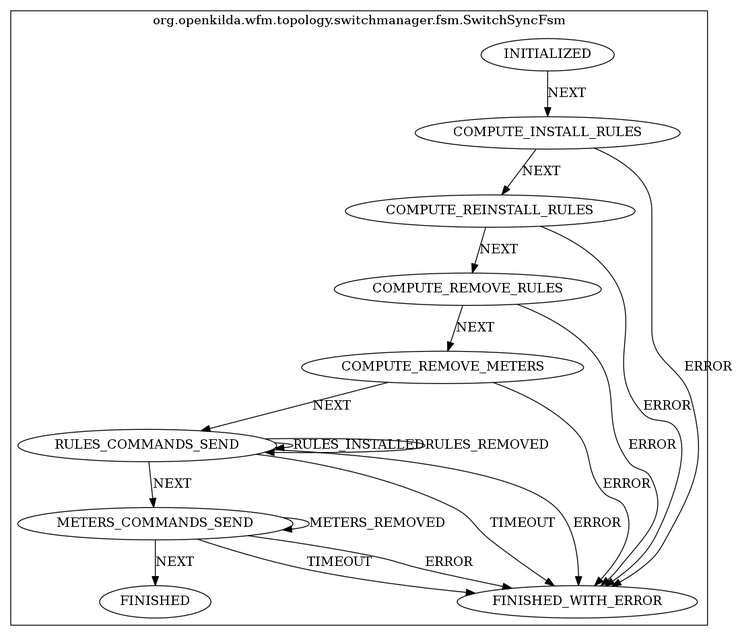
This is docs/design/hub-and-spoke/switch-sync/switch-sync-fsm.png from telstra/open-kilda, a Graphviz export, as it was before one commit. Its source is kept beside it as docs/design/hub-and-spoke/switch-sync/switch-sync-fsm.dot.
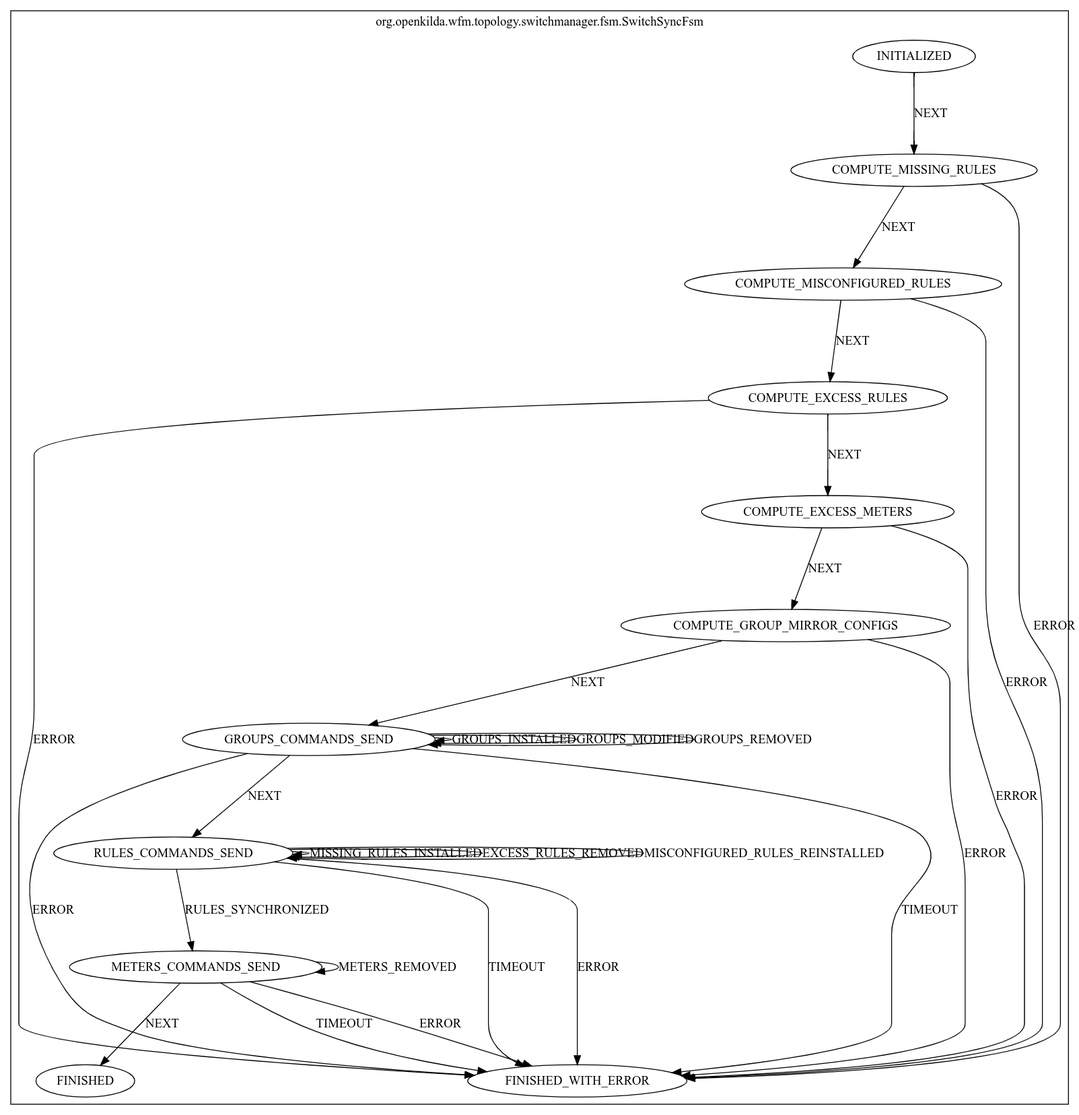
Above is the later version.

Change to the diagram source:
```diff
@@ -2,31 +2,42 @@
 compound=true;
 subgraph cluster_StateMachine {
 label="org.openkilda.wfm.topology.switchmanager.fsm.SwitchSyncFsm";
-COMPUTE_INSTALL_RULES [label="COMPUTE_INSTALL_RULES"];
-COMPUTE_REINSTALL_RULES [label="COMPUTE_REINSTALL_RULES"];
+GROUPS_COMMANDS_SEND [label="GROUPS_COMMANDS_SEND"];
 RULES_COMMANDS_SEND [label="RULES_COMMANDS_SEND"];
-COMPUTE_REMOVE_METERS [label="COMPUTE_REMOVE_METERS"];
-COMPUTE_REMOVE_RULES [label="COMPUTE_REMOVE_RULES"];
 METERS_COMMANDS_SEND [label="METERS_COMMANDS_SEND"];
+INITIALIZED [label="INITIALIZED"];
+COMPUTE_EXCESS_RULES [label="COMPUTE_EXCESS_RULES"];
+COMPUTE_GROUP_MIRROR_CONFIGS [label="COMPUTE_GROUP_MIRROR_CONFIGS"];
+COMPUTE_MISSING_RULES [label="COMPUTE_MISSING_RULES"];
+COMPUTE_MISCONFIGURED_RULES [label="COMPUTE_MISCONFIGURED_RULES"];
 FINISHED [label="FINISHED"];
-INITIALIZED [label="INITIALIZED"];
 FINISHED_WITH_ERROR [label="FINISHED_WITH_ERROR"];
+COMPUTE_EXCESS_METERS [label="COMPUTE_EXCESS_METERS"];
 
-COMPUTE_INSTALL_RULES -> FINISHED_WITH_ERROR [ label="ERROR"];
-COMPUTE_INSTALL_RULES -> COMPUTE_REINSTALL_RULES [ label="NEXT"];
-COMPUTE_REINSTALL_RULES -> FINISHED_WITH_ERROR [ label="ERROR"];
-COMPUTE_REINSTALL_RULES -> COMPUTE_REMOVE_RULES [ label="NEXT"];
-RULES_COMMANDS_SEND -> RULES_COMMANDS_SEND [ label="RULES_INSTALLED"];
-RULES_COMMANDS_SEND -> RULES_COMMANDS_SEND [ label="RULES_REMOVED"];
+GROUPS_COMMANDS_SEND -> GROUPS_COMMANDS_SEND [ label="GROUPS_INSTALLED"];
+GROUPS_COMMANDS_SEND -> GROUPS_COMMANDS_SEND [ label="GROUPS_MODIFIED"];
+GROUPS_COMMANDS_SEND -> GROUPS_COMMANDS_SEND [ label="GROUPS_REMOVED"];
+GROUPS_COMMANDS_SEND -> FINISHED_WITH_ERROR [ label="TIMEOUT"];
+GROUPS_COMMANDS_SEND -> FINISHED_WITH_ERROR [ label="ERROR"];
+GROUPS_COMMANDS_SEND -> RULES_COMMANDS_SEND [ label="NEXT"];
+RULES_COMMANDS_SEND -> RULES_COMMANDS_SEND [ label="MISSING_RULES_INSTALLED"];
+RULES_COMMANDS_SEND -> RULES_COMMANDS_SEND [ label="EXCESS_RULES_REMOVED"];
+RULES_COMMANDS_SEND -> RULES_COMMANDS_SEND [ label="MISCONFIGURED_RULES_REINSTALLED"];
 RULES_COMMANDS_SEND -> FINISHED_WITH_ERROR [ label="TIMEOUT"];
 RULES_COMMANDS_SEND -> FINISHED_WITH_ERROR [ label="ERROR"];
-RULES_COMMANDS_SEND -> METERS_COMMANDS_SEND [ label="NEXT"];
-COMPUTE_REMOVE_METERS -> FINISHED_WITH_ERROR [ label="ERROR"];
-COMPUTE_REMOVE_METERS -> RULES_COMMANDS_SEND [ label="NEXT"];
-COMPUTE_REMOVE_RULES -> FINISHED_WITH_ERROR [ label="ERROR"];
-COMPUTE_REMOVE_RULES -> COMPUTE_REMOVE_METERS [ label="NEXT"];
+RULES_COMMANDS_SEND -> METERS_COMMANDS_SEND [ label="RULES_SYNCHRONIZED"];
 METERS_COMMANDS_SEND -> METERS_COMMANDS_SEND [ label="METERS_REMOVED"];
 METERS_COMMANDS_SEND -> FINISHED_WITH_ERROR [ label="TIMEOUT"];
 METERS_COMMANDS_SEND -> FINISHED_WITH_ERROR [ label="ERROR"];
 METERS_COMMANDS_SEND -> FINISHED [ label="NEXT"];
-INITIALIZED -> COMPUTE_INSTALL_RULES [ label="NEXT"];}}
+INITIALIZED -> COMPUTE_MISSING_RULES [ label="NEXT"];
+COMPUTE_EXCESS_RULES -> FINISHED_WITH_ERROR [ label="ERROR"];
+COMPUTE_EXCESS_RULES -> COMPUTE_EXCESS_METERS [ label="NEXT"];
+COMPUTE_GROUP_MIRROR_CONFIGS -> FINISHED_WITH_ERROR [ label="ERROR"];
+COMPUTE_GROUP_MIRROR_CONFIGS -> GROUPS_COMMANDS_SEND [ label="NEXT"];
+COMPUTE_MISSING_RULES -> FINISHED_WITH_ERROR [ label="ERROR"];
+COMPUTE_MISSING_RULES -> COMPUTE_MISCONFIGURED_RULES [ label="NEXT"];
+COMPUTE_MISCONFIGURED_RULES -> FINISHED_WITH_ERROR [ label="ERROR"];
+COMPUTE_MISCONFIGURED_RULES -> COMPUTE_EXCESS_RULES [ label="NEXT"];
+COMPUTE_EXCESS_METERS -> FINISHED_WITH_ERROR [ label="ERROR"];
+COMPUTE_EXCESS_METERS -> COMPUTE_GROUP_MIRROR_CONFIGS [ label="NEXT"];}}
```
